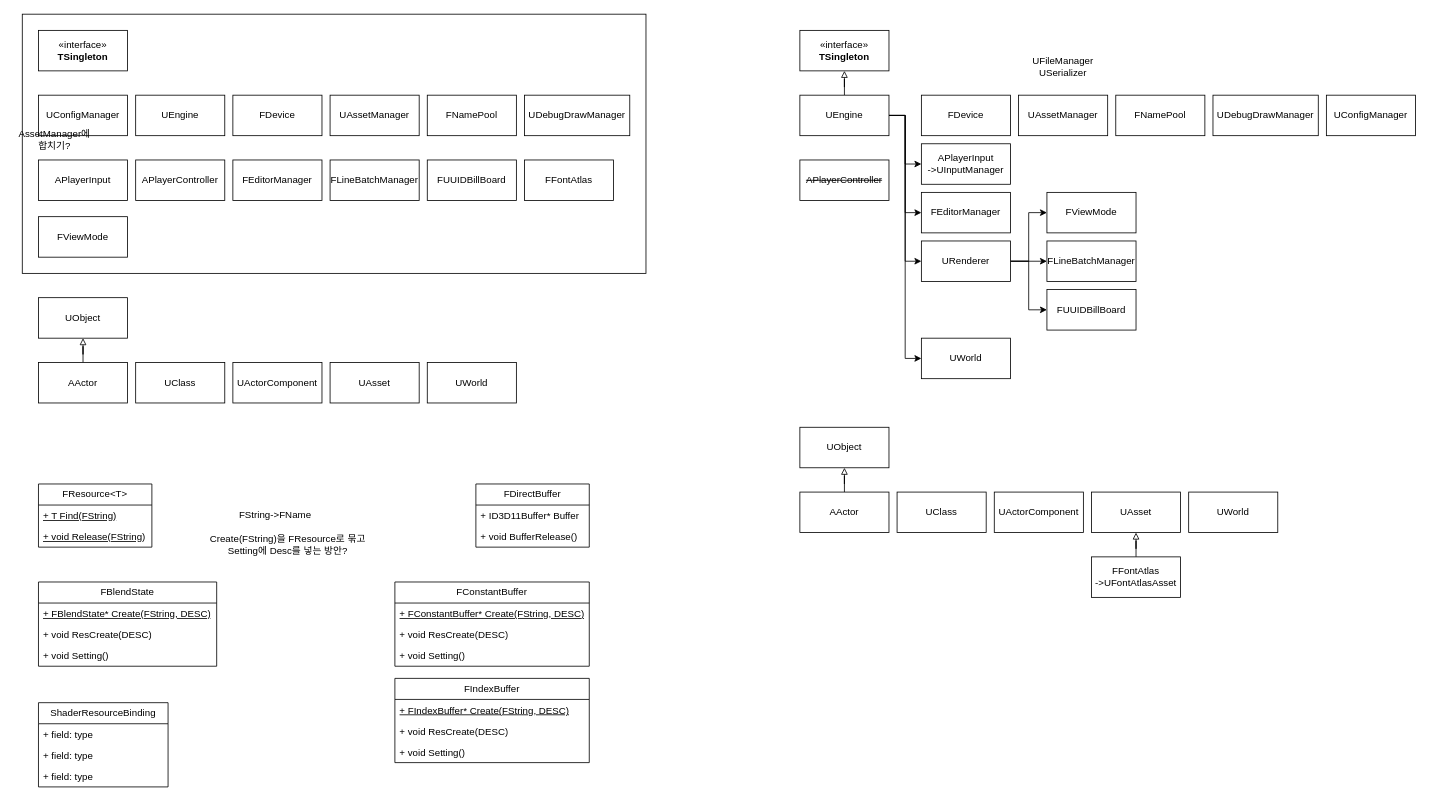
botteyu1/Week2-Engine keeps this draw.io diagram as page "페이지-1" (1 of 2) of classDIagram.drawio. Above is the earlier version. Source tidied: cells renumbered, new cells numbered last; positions are measured from the earlier drawing's top-left corner, leaving out a move shared by most shapes. Both pictures are drawn from the tidied source at 81%, with x=0, y=0 at pixel (14, 14).
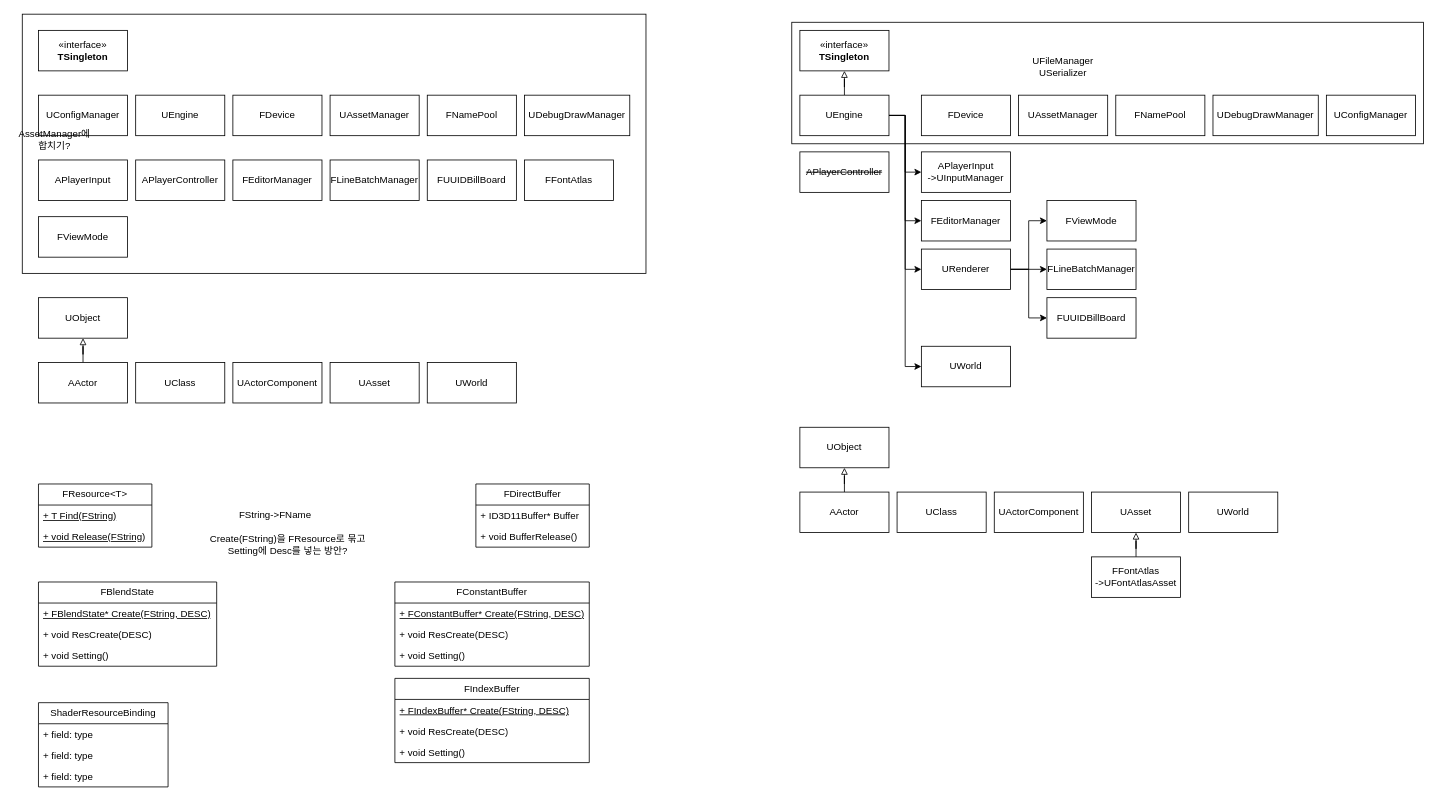
The same diagram, later.

The edit, as a diff of the source:
```diff
@@
+    <mxCell id="82" style="rounded=0;whiteSpace=wrap;html=1;" parent="1" vertex="1">
+      <mxGeometry x="960" y="10" width="780" height="150" as="geometry" />
+    </mxCell>
@@
     <mxCell id="51" value="APlayerInput&lt;div&gt;-&amp;gt;UInputManager&lt;/div&gt;" style="html=1;whiteSpace=wrap;" parent="1" vertex="1">
-      <mxGeometry x="1120" y="160" width="110" height="50" as="geometry" />
+      <mxGeometry x="1120" y="170" width="110" height="50" as="geometry" />
     </mxCell>
@@
     <mxCell id="58" value="FEditorManager" style="html=1;whiteSpace=wrap;" parent="1" vertex="1">
-      <mxGeometry x="1120" y="220" width="110" height="50" as="geometry" />
+      <mxGeometry x="1120" y="230" width="110" height="50" as="geometry" />
     </mxCell>
     <mxCell id="59" value="FLineBatchMa&lt;span style=&quot;background-color: transparent; color: light-dark(rgb(0, 0, 0), rgb(255, 255, 255));&quot;&gt;nager&lt;/span&gt;" style="html=1;whiteSpace=wrap;" parent="1" vertex="1">
-      <mxGeometry x="1275" y="280" width="110" height="50" as="geometry" />
+      <mxGeometry x="1275" y="290" width="110" height="50" as="geometry" />
     </mxCell>
     <mxCell id="60" value="FUUIDBillBoard" style="html=1;whiteSpace=wrap;" parent="1" vertex="1">
-      <mxGeometry x="1275" y="340" width="110" height="50" as="geometry" />
+      <mxGeometry x="1275" y="350" width="110" height="50" as="geometry" />
     </mxCell>
@@
     <mxCell id="78" value="URenderer" style="html=1;whiteSpace=wrap;" parent="1" vertex="1">
-      <mxGeometry x="1120" y="280" width="110" height="50" as="geometry" />
+      <mxGeometry x="1120" y="290" width="110" height="50" as="geometry" />
     </mxCell>
     <mxCell id="79" value="UWorld" style="html=1;whiteSpace=wrap;" parent="1" vertex="1">
-      <mxGeometry x="1120" y="400" width="110" height="50" as="geometry" />
+      <mxGeometry x="1120" y="410" width="110" height="50" as="geometry" />
     </mxCell>
     <mxCell id="80" value="&lt;strike&gt;APlayerController&lt;/strike&gt;" style="html=1;whiteSpace=wrap;" parent="1" vertex="1">
-      <mxGeometry x="970" y="180" width="110" height="50" as="geometry" />
+      <mxGeometry x="970" y="170" width="110" height="50" as="geometry" />
     </mxCell>
     <mxCell id="81" value="FViewMode" style="html=1;whiteSpace=wrap;" parent="1" vertex="1">
-      <mxGeometry x="1275" y="220" width="110" height="50" as="geometry" />
+      <mxGeometry x="1275" y="230" width="110" height="50" as="geometry" />
     </mxCell>
```
